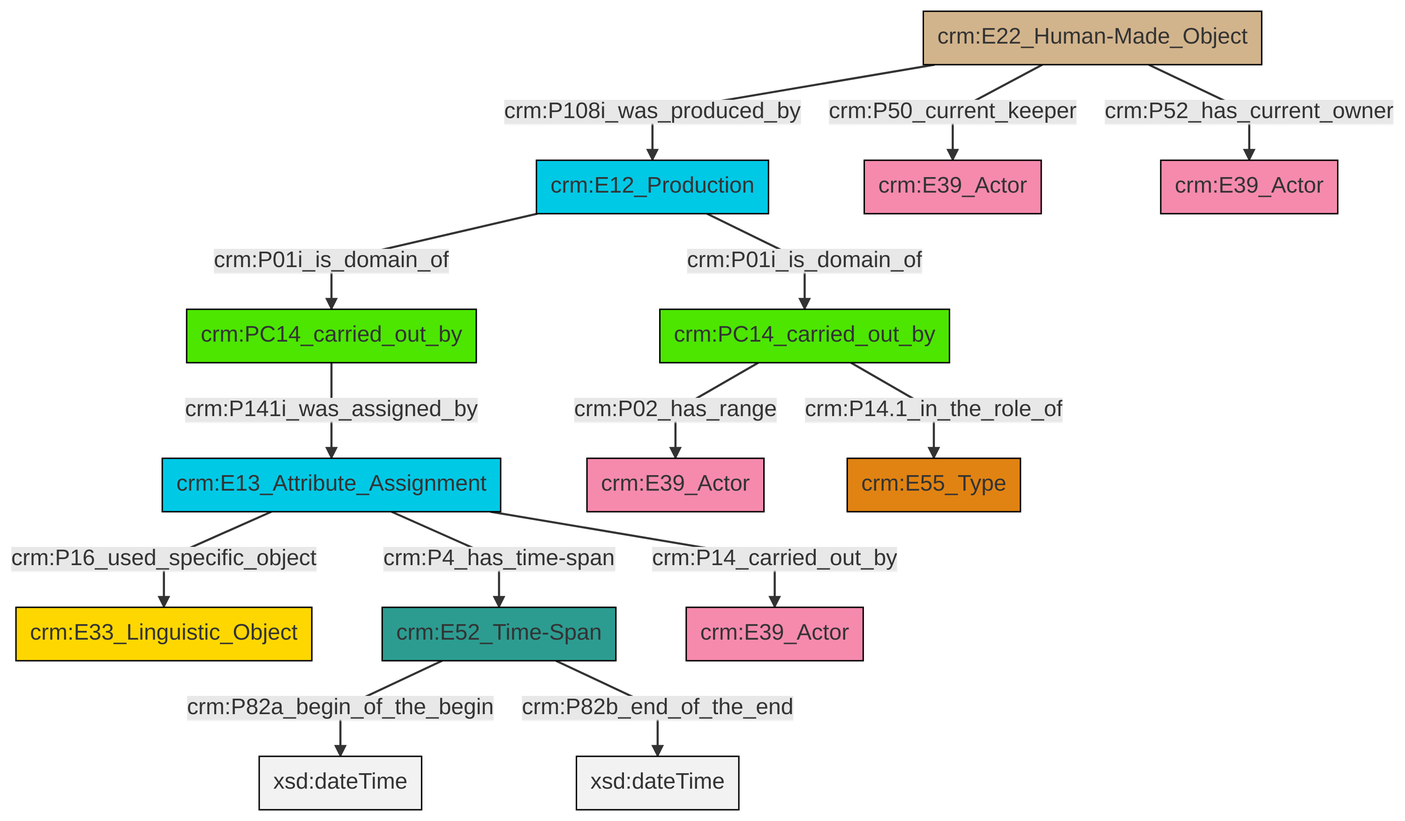
Earlier version of the Mermaid export et/carrierCSV/ttl/mmd/png/carrier_relations.png (swiss-art-research-net/docs.swissartresearch). Its source is kept beside it as et/carrierCSV/ttl/mmd/carrier_relations.ttl.mmd.
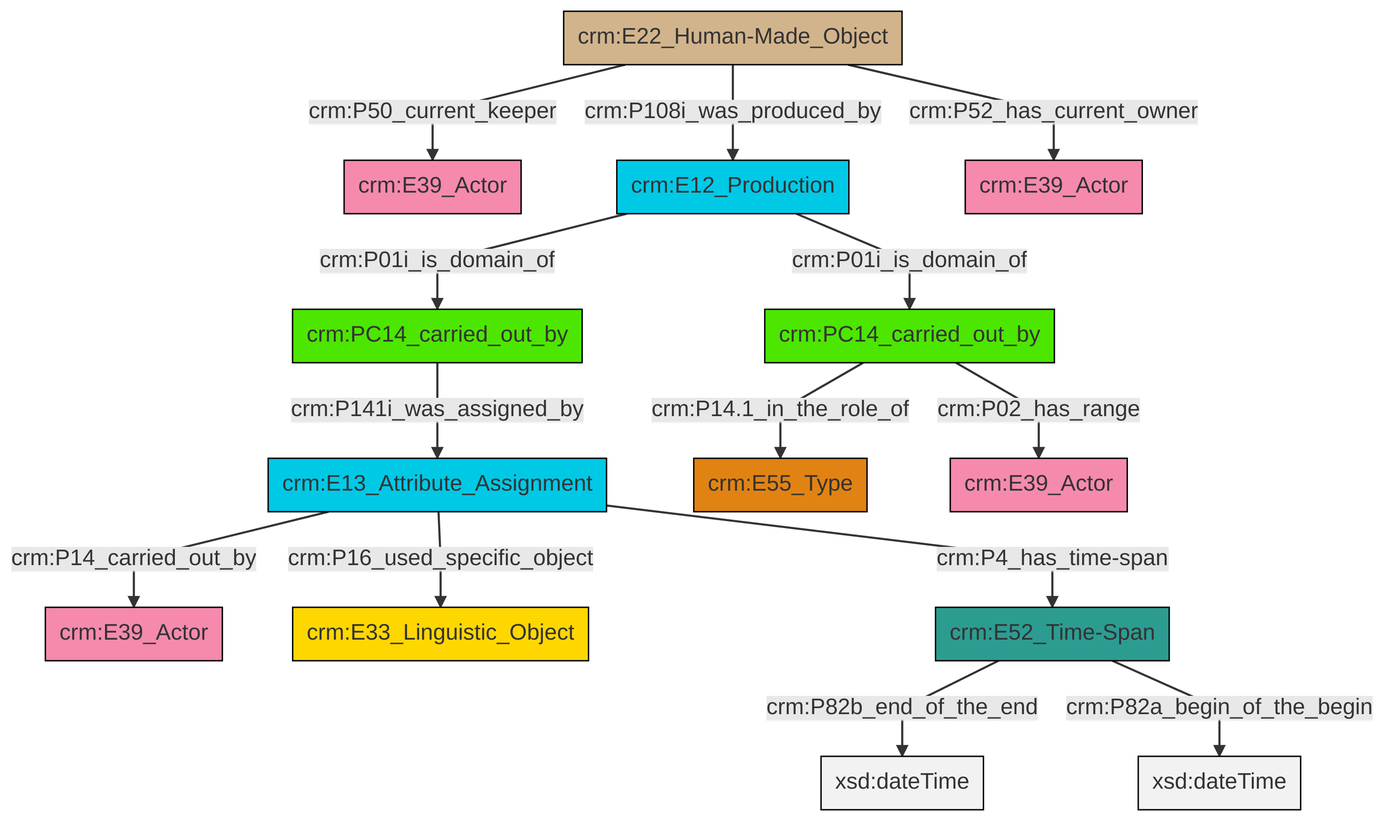
The same diagram one commit later.

Diff of the diagram source:
```diff
@@ -13,16 +13,16 @@
 classDef PC_Classes fill:#4ce600, stroke:#000000;
 classDef Multi fill:#cccccc,stroke:#000000;
 
-0["crm:E13_Attribute_Assignment"]:::Temporal_Entity -->|crm:P16_used_specific_object| 1["crm:E33_Linguistic_Object"]:::Conceptual_Object
-3["crm:E12_Production"]:::Temporal_Entity -->|crm:P01i_is_domain_of| 4["crm:PC14_carried_out_by"]:::PC_Classes
-5["crm:PC14_carried_out_by"]:::PC_Classes -->|crm:P02_has_range| 7["crm:E39_Actor"]:::Actor
-8["crm:E22_Human-Made_Object"]:::Physical_Thing -->|crm:P50_current_keeper| 9["crm:E39_Actor"]:::Actor
-10["crm:E52_Time-Span"]:::Time-Span -->|crm:P82a_begin_of_the_begin| 11[xsd:dateTime]:::Literal
-3["crm:E12_Production"]:::Temporal_Entity -->|crm:P01i_is_domain_of| 5["crm:PC14_carried_out_by"]:::PC_Classes
-0["crm:E13_Attribute_Assignment"]:::Temporal_Entity -->|crm:P14_carried_out_by| 12["crm:E39_Actor"]:::Actor
-8["crm:E22_Human-Made_Object"]:::Physical_Thing -->|crm:P108i_was_produced_by| 3["crm:E12_Production"]:::Temporal_Entity
-8["crm:E22_Human-Made_Object"]:::Physical_Thing -->|crm:P52_has_current_owner| 19["crm:E39_Actor"]:::Actor
-10["crm:E52_Time-Span"]:::Time-Span -->|crm:P82b_end_of_the_end| 25[xsd:dateTime]:::Literal
-5["crm:PC14_carried_out_by"]:::PC_Classes -->|crm:P14.1_in_the_role_of| 16["crm:E55_Type"]:::Type
-0["crm:E13_Attribute_Assignment"]:::Temporal_Entity -->|crm:P4_has_time-span| 10["crm:E52_Time-Span"]:::Time-Span
-4["crm:PC14_carried_out_by"]:::PC_Classes -->|crm:P141i_was_assigned_by| 0["crm:E13_Attribute_Assignment"]:::Temporal_Entity
+2["crm:E13_Attribute_Assignment"]:::Temporal_Entity -->|crm:P14_carried_out_by| 0["crm:E39_Actor"]:::Actor
+2["crm:E13_Attribute_Assignment"]:::Temporal_Entity -->|crm:P16_used_specific_object| 3["crm:E33_Linguistic_Object"]:::Conceptual_Object
+4["crm:E22_Human-Made_Object"]:::Physical_Thing -->|crm:P50_current_keeper| 5["crm:E39_Actor"]:::Actor
+2["crm:E13_Attribute_Assignment"]:::Temporal_Entity -->|crm:P4_has_time-span| 8["crm:E52_Time-Span"]:::Time-Span
+9["crm:PC14_carried_out_by"]:::PC_Classes -->|crm:P141i_was_assigned_by| 2["crm:E13_Attribute_Assignment"]:::Temporal_Entity
+14["crm:PC14_carried_out_by"]:::PC_Classes -->|crm:P14.1_in_the_role_of| 15["crm:E55_Type"]:::Type
+6["crm:E12_Production"]:::Temporal_Entity -->|crm:P01i_is_domain_of| 9["crm:PC14_carried_out_by"]:::PC_Classes
+4["crm:E22_Human-Made_Object"]:::Physical_Thing -->|crm:P52_has_current_owner| 12["crm:E39_Actor"]:::Actor
+14["crm:PC14_carried_out_by"]:::PC_Classes -->|crm:P02_has_range| 20["crm:E39_Actor"]:::Actor
+4["crm:E22_Human-Made_Object"]:::Physical_Thing -->|crm:P108i_was_produced_by| 6["crm:E12_Production"]:::Temporal_Entity
+8["crm:E52_Time-Span"]:::Time-Span -->|crm:P82b_end_of_the_end| 24[xsd:dateTime]:::Literal
+8["crm:E52_Time-Span"]:::Time-Span -->|crm:P82a_begin_of_the_begin| 25[xsd:dateTime]:::Literal
+6["crm:E12_Production"]:::Temporal_Entity -->|crm:P01i_is_domain_of| 14["crm:PC14_carried_out_by"]:::PC_Classes
```
